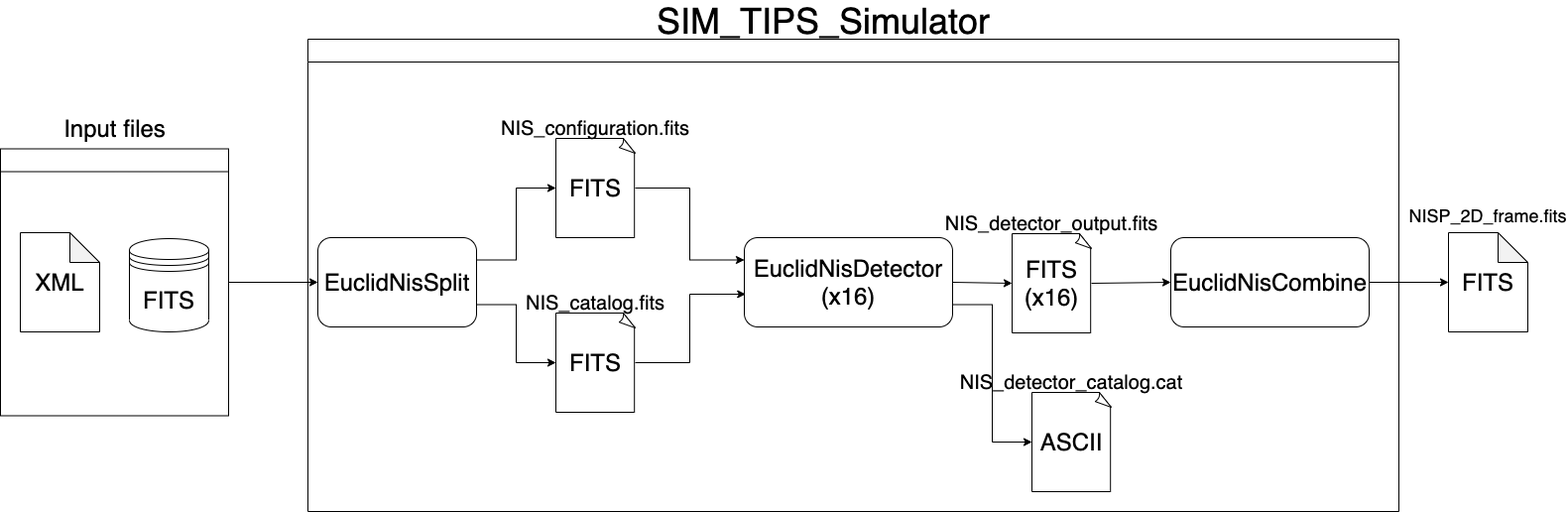
LucaPaganin/TIPS_Usage keeps this draw.io diagram as figures/TIPS_workflow.png. Above is the earlier version. Source tidied: cells renumbered, new cells last; positions are measured from the earlier drawing's top-left corner, leaving out a move shared by most shapes.
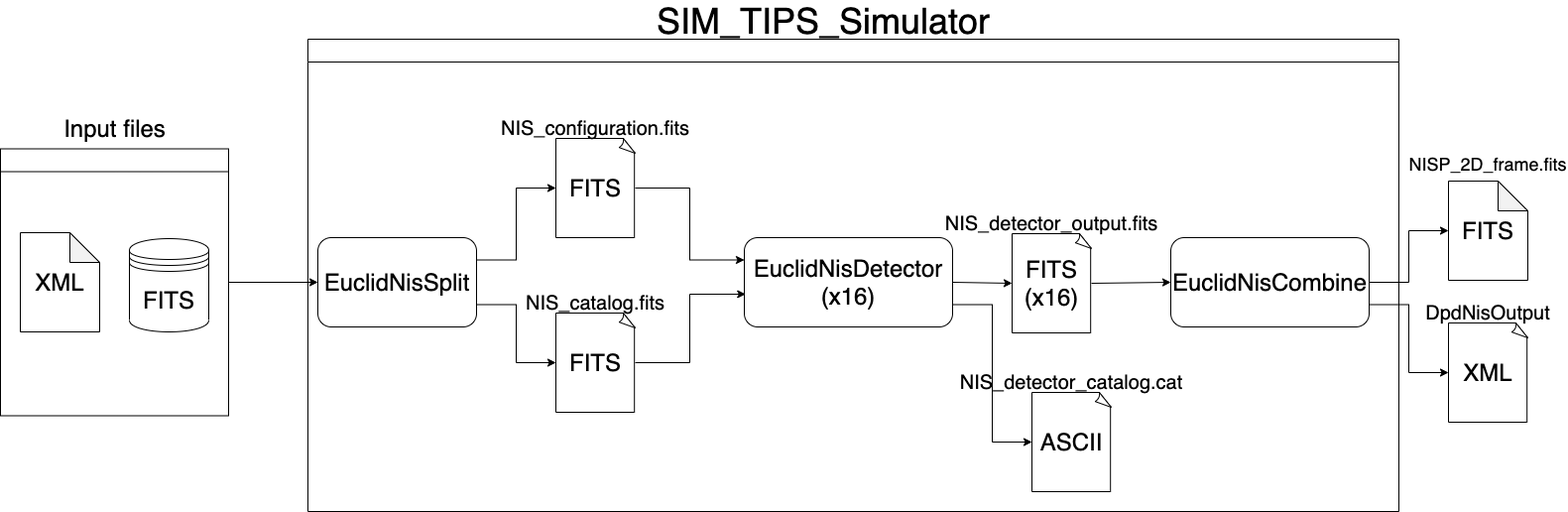
Above is the later version.

The edit, as a diff of the source:
```diff
@@ -47,6 +47,9 @@
     <mxCell id="16" style="edgeStyle=orthogonalEdgeStyle;rounded=0;jettySize=auto;html=1;" parent="1" edge="1" source="17" target="26">
       <mxGeometry relative="1" as="geometry" />
     </mxCell>
+    <mxCell id="35" style="edgeStyle=orthogonalEdgeStyle;rounded=0;jettySize=auto;html=1;exitX=1;exitY=0.75;exitDx=0;exitDy=0;entryX=0;entryY=0.5;entryDx=0;entryDy=0;entryPerimeter=0;" parent="1" edge="1" source="17" target="38">
+      <mxGeometry relative="1" as="geometry" />
+    </mxCell>
     <mxCell id="17" value="&lt;font&gt;&lt;font style=&quot;font-size: 24px&quot;&gt;EuclidNisCombine&lt;/font&gt;&lt;br&gt;&lt;/font&gt;" style="rounded=1;whiteSpace=wrap;html=1;" parent="1" vertex="1">
       <mxGeometry x="1180" y="228" width="200" height="90" as="geometry" />
     </mxCell>
@@ -74,12 +77,6 @@
     <mxCell id="25" value=" " style="swimlane;" parent="1" vertex="1">
       <mxGeometry x="310" y="28" width="1100" height="476" as="geometry" />
     </mxCell>
-    <mxCell id="26" value="&lt;font style=&quot;font-size: 24px&quot;&gt;FITS&lt;/font&gt;" style="shape=note;whiteSpace=wrap;html=1;backgroundOutline=1;darkOpacity=0.05;rounded=1;" parent="1" vertex="1">
-      <mxGeometry x="1460" y="223" width="80" height="100" as="geometry" />
-    </mxCell>
-    <mxCell id="27" value="&lt;font style=&quot;font-size: 18px&quot;&gt;NISP_2D_frame.fits&lt;/font&gt;" style="text;html=1;strokeColor=none;fillColor=none;align=center;verticalAlign=middle;whiteSpace=wrap;rounded=0;" parent="1" vertex="1">
-      <mxGeometry x="1480" y="196" width="40" height="20" as="geometry" />
-    </mxCell>
     <mxCell id="28" value="&lt;font style=&quot;font-size: 36px&quot;&gt;SIM_TIPS_Simulator&lt;/font&gt;" style="text;html=1;strokeColor=none;fillColor=none;align=center;verticalAlign=middle;whiteSpace=wrap;rounded=0;" parent="1" vertex="1">
       <mxGeometry x="810" width="40" height="20" as="geometry" />
     </mxCell>
@@ -101,5 +98,23 @@
     <mxCell id="34" value="&lt;font style=&quot;font-size: 24px&quot;&gt;Input files&lt;/font&gt;" style="text;html=1;strokeColor=none;fillColor=none;align=center;verticalAlign=middle;whiteSpace=wrap;rounded=0;" parent="1" vertex="1">
       <mxGeometry x="57.5" y="108" width="115" height="20" as="geometry" />
     </mxCell>
+    <mxCell id="36" style="group;" parent="1" vertex="1">
+      <mxGeometry x="1460" y="144" width="80" height="127" as="geometry" />
+    </mxCell>
+    <mxCell id="26" value="&lt;font style=&quot;font-size: 24px&quot;&gt;FITS&lt;/font&gt;" style="shape=note;whiteSpace=wrap;html=1;backgroundOutline=1;darkOpacity=0.05;rounded=1;" parent="36" vertex="1">
+      <mxGeometry y="27" width="80" height="100" as="geometry" />
+    </mxCell>
+    <mxCell id="27" value="&lt;font style=&quot;font-size: 18px&quot;&gt;NISP_2D_frame.fits&lt;/font&gt;" style="text;html=1;strokeColor=none;fillColor=none;align=center;verticalAlign=middle;whiteSpace=wrap;rounded=0;" parent="36" vertex="1">
+      <mxGeometry x="20" width="40" height="20" as="geometry" />
+    </mxCell>
+    <mxCell id="37" style="group;" parent="1" vertex="1">
+      <mxGeometry x="1460" y="294" width="80" height="120" as="geometry" />
+    </mxCell>
+    <mxCell id="38" value="&lt;font style=&quot;font-size: 24px&quot;&gt;XML&lt;/font&gt;" style="whiteSpace=wrap;html=1;shape=mxgraph.basic.document;" parent="37" vertex="1">
+      <mxGeometry y="20" width="80" height="100" as="geometry" />
+    </mxCell>
+    <mxCell id="39" value="&lt;font style=&quot;font-size: 20px&quot;&gt;DpdNisOutput&lt;/font&gt;" style="text;html=1;strokeColor=none;fillColor=none;align=center;verticalAlign=middle;whiteSpace=wrap;rounded=0;" parent="37" vertex="1">
+      <mxGeometry x="24" width="32" height="20" as="geometry" />
+    </mxCell>
   </root>
 </mxGraphModel>
```
